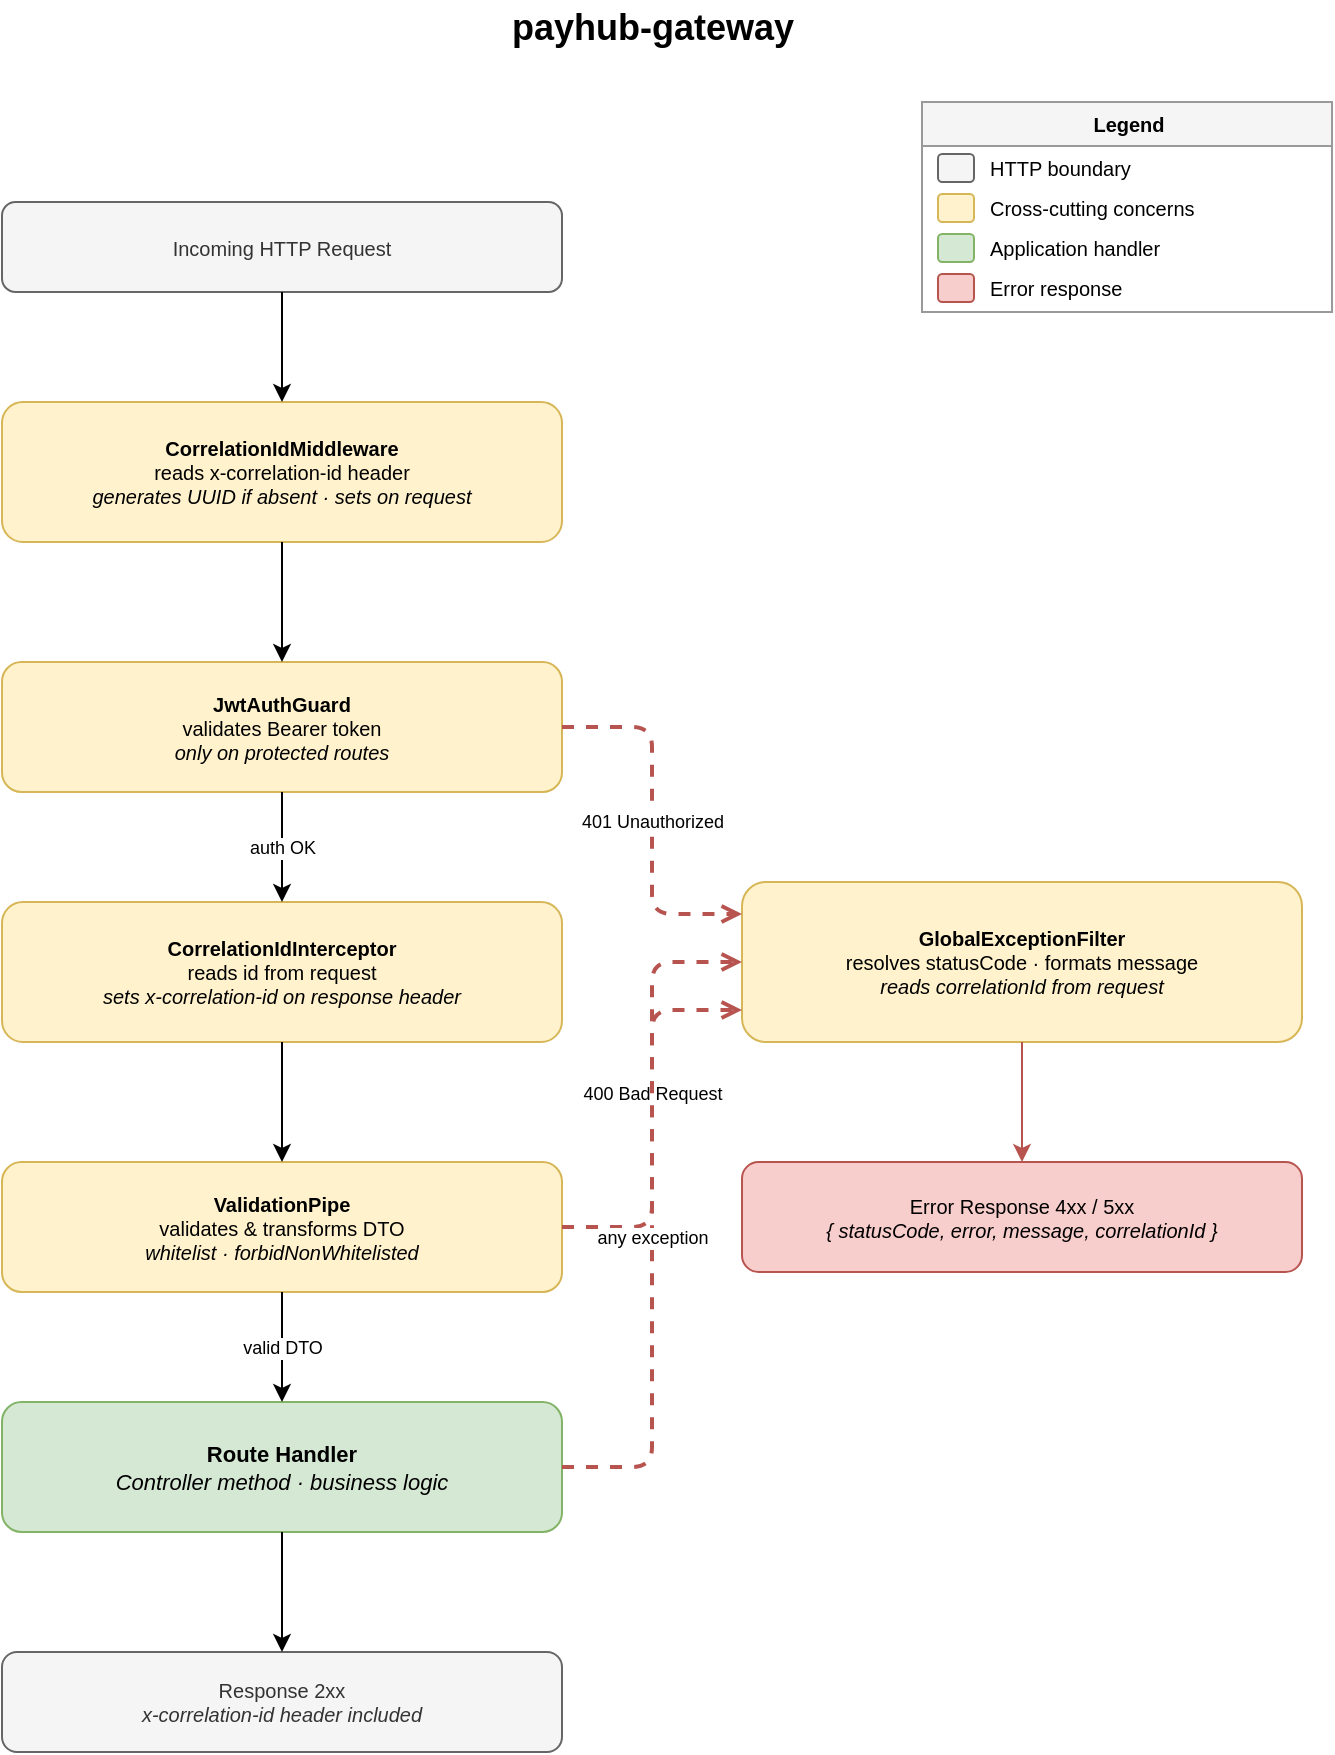
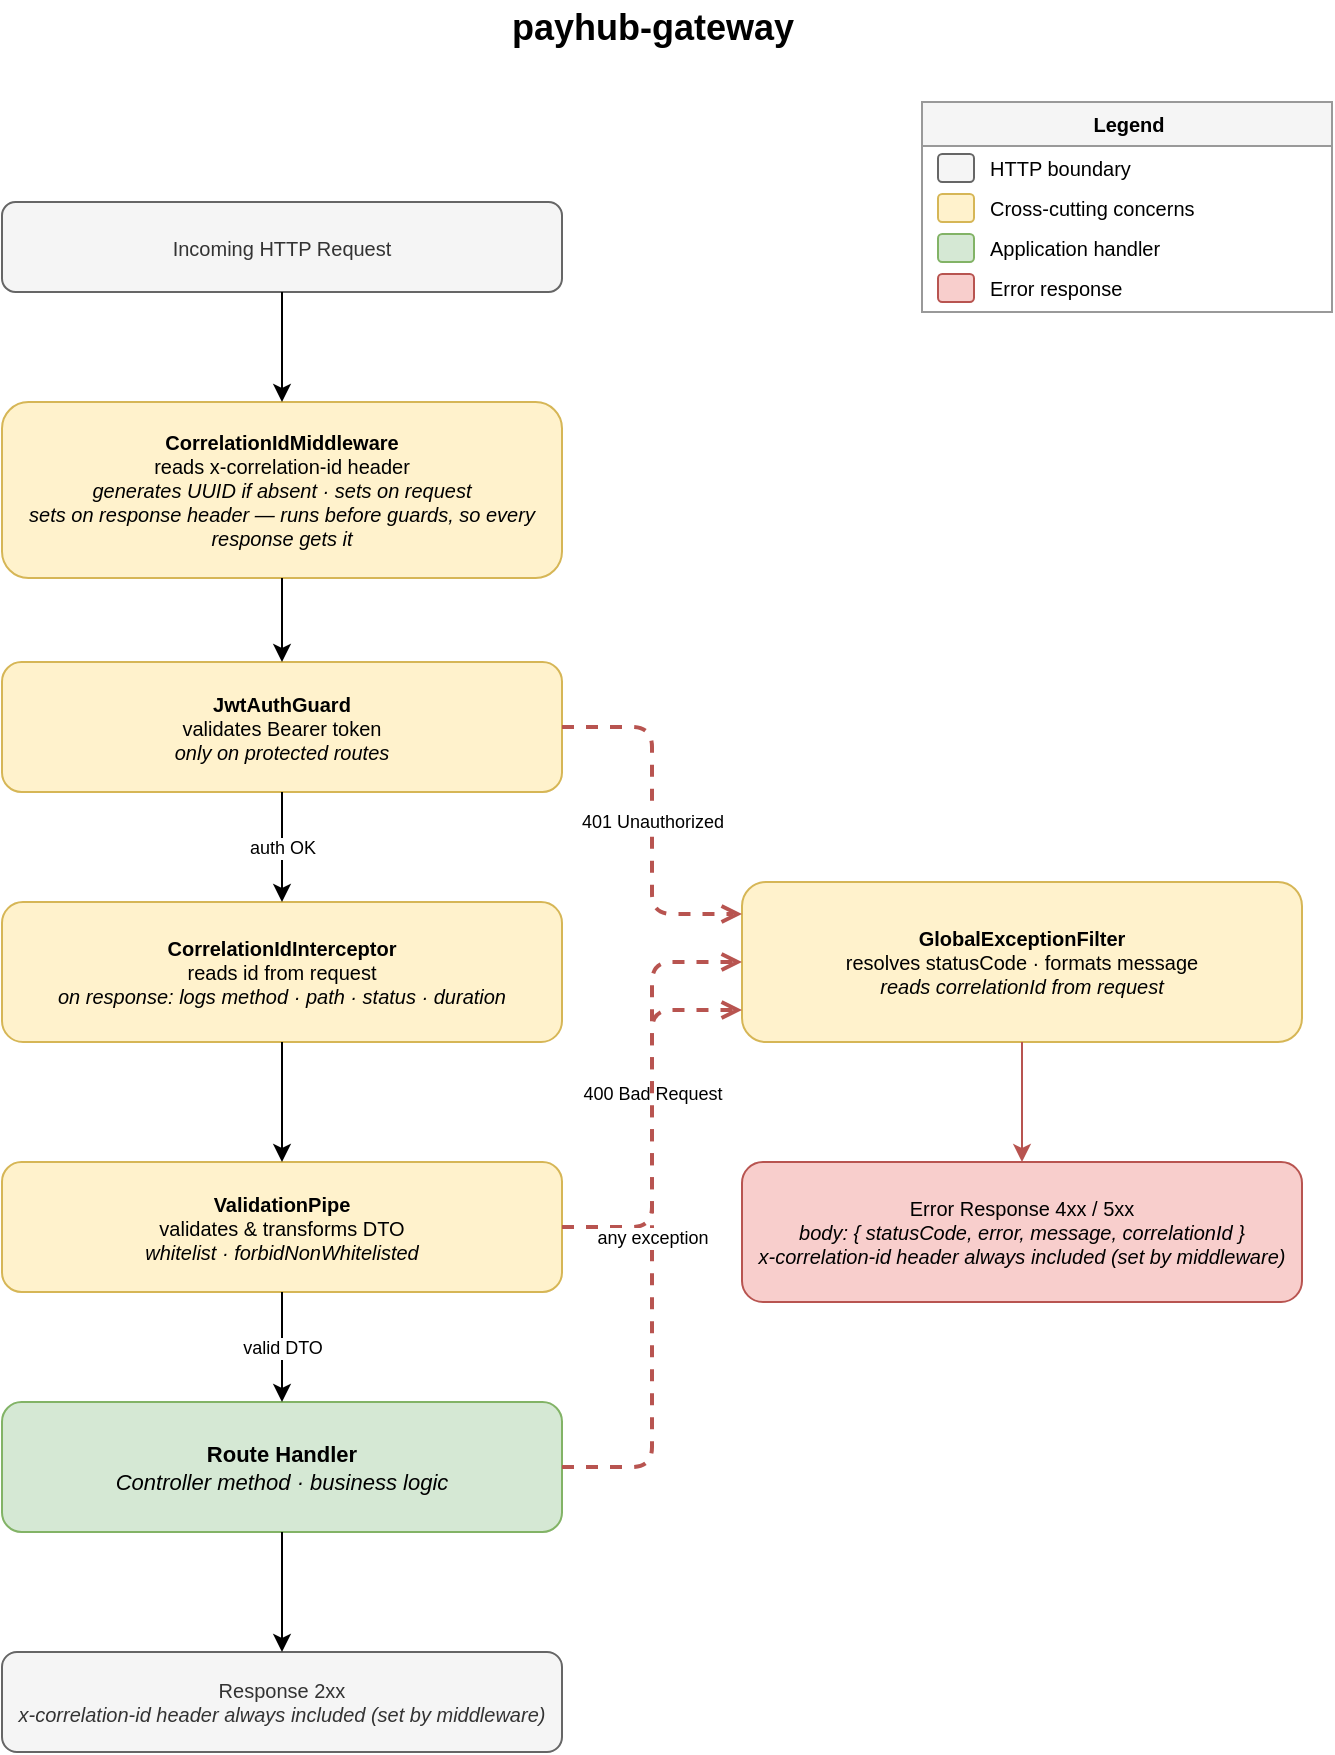
<mxfile host="Electron">
  <diagram name="Request Lifecycle" id="payhub-lifecycle-v1">
    <mxGraphModel dx="1640" dy="1961" grid="1" gridSize="10" guides="1" tooltips="1" connect="1" arrows="1" fold="1" page="1" pageScale="1" pageWidth="750" pageHeight="960" math="0" shadow="0">
      <root>
        <mxCell id="0" />
        <mxCell id="1" parent="0" />
        <mxCell id="lc-title" parent="1" style="text;html=1;strokeColor=none;fillColor=none;align=center;verticalAlign=middle;fontSize=18;fontStyle=1;" value="payhub-gateway" vertex="1">
          <mxGeometry height="28" width="500" x="125" y="-51" as="geometry" />
        </mxCell>
        <mxCell id="lc-request-in" parent="1" style="rounded=1;fillColor=#f5f5f5;strokeColor=#666666;fontSize=10;html=1;whiteSpace=wrap;fontColor=#333333;" value="Incoming HTTP Request" vertex="1">
          <mxGeometry height="45" width="280" x="50" y="50" as="geometry" />
        </mxCell>
-         <mxCell id="lc-middleware" parent="1" style="rounded=1;fillColor=#fff2cc;strokeColor=#d6b656;fontSize=10;html=1;whiteSpace=wrap;" value="&lt;b&gt;CorrelationIdMiddleware&lt;/b&gt;&lt;br&gt;reads x-correlation-id header&lt;br&gt;&lt;i&gt;generates UUID if absent · sets on request&lt;/i&gt;" vertex="1">
-           <mxGeometry height="70" width="280" x="50" y="150" as="geometry" />
+         <mxCell id="lc-middleware" parent="1" style="rounded=1;fillColor=#fff2cc;strokeColor=#d6b656;fontSize=10;html=1;whiteSpace=wrap;" value="&lt;b&gt;CorrelationIdMiddleware&lt;/b&gt;&lt;br&gt;reads x-correlation-id header&lt;br&gt;&lt;i&gt;generates UUID if absent · sets on request&lt;/i&gt;&lt;br&gt;&lt;i&gt;sets on response header — runs before guards, so every response gets it&lt;/i&gt;" vertex="1">
+           <mxGeometry height="88" width="280" x="50" y="150" as="geometry" />
        </mxCell>
        <mxCell id="lc-guard" parent="1" style="rounded=1;fillColor=#fff2cc;strokeColor=#d6b656;fontSize=10;html=1;whiteSpace=wrap;" value="&lt;b&gt;JwtAuthGuard&lt;/b&gt;&lt;br&gt;validates Bearer token&lt;br&gt;&lt;i&gt;only on protected routes&lt;/i&gt;" vertex="1">
          <mxGeometry height="65" width="280" x="50" y="280" as="geometry" />
        </mxCell>
-         <mxCell id="lc-interceptor" parent="1" style="rounded=1;fillColor=#fff2cc;strokeColor=#d6b656;fontSize=10;html=1;whiteSpace=wrap;" value="&lt;b&gt;CorrelationIdInterceptor&lt;/b&gt;&lt;br&gt;reads id from request&lt;br&gt;&lt;i&gt;sets x-correlation-id on response header&lt;/i&gt;" vertex="1">
+         <mxCell id="lc-interceptor" parent="1" style="rounded=1;fillColor=#fff2cc;strokeColor=#d6b656;fontSize=10;html=1;whiteSpace=wrap;" value="&lt;b&gt;CorrelationIdInterceptor&lt;/b&gt;&lt;br&gt;reads id from request&lt;br&gt;&lt;i&gt;on response: logs method · path · status · duration&lt;/i&gt;" vertex="1">
          <mxGeometry height="70" width="280" x="50" y="400" as="geometry" />
        </mxCell>
        <mxCell id="lc-pipe" parent="1" style="rounded=1;fillColor=#fff2cc;strokeColor=#d6b656;fontSize=10;html=1;whiteSpace=wrap;" value="&lt;b&gt;ValidationPipe&lt;/b&gt;&lt;br&gt;validates &amp; transforms DTO&lt;br&gt;&lt;i&gt;whitelist · forbidNonWhitelisted&lt;/i&gt;" vertex="1">
          <mxGeometry height="65" width="280" x="50" y="530" as="geometry" />
        </mxCell>
        <mxCell id="lc-handler" parent="1" style="rounded=1;fillColor=#d5e8d4;strokeColor=#82b366;fontSize=11;html=1;whiteSpace=wrap;" value="&lt;b&gt;Route Handler&lt;/b&gt;&lt;br&gt;&lt;i&gt;Controller method · business logic&lt;/i&gt;" vertex="1">
          <mxGeometry height="65" width="280" x="50" y="650" as="geometry" />
        </mxCell>
-         <mxCell id="lc-response-out" parent="1" style="rounded=1;fillColor=#f5f5f5;strokeColor=#666666;fontSize=10;html=1;whiteSpace=wrap;fontColor=#333333;" value="Response 2xx&lt;br&gt;&lt;i&gt;x-correlation-id header included&lt;/i&gt;" vertex="1">
+         <mxCell id="lc-response-out" parent="1" style="rounded=1;fillColor=#f5f5f5;strokeColor=#666666;fontSize=10;html=1;whiteSpace=wrap;fontColor=#333333;" value="Response 2xx&lt;br&gt;&lt;i&gt;x-correlation-id header always included (set by middleware)&lt;/i&gt;" vertex="1">
          <mxGeometry height="50" width="280" x="50" y="775" as="geometry" />
        </mxCell>
        <mxCell id="lc-exception-filter" parent="1" style="rounded=1;fillColor=#fff2cc;strokeColor=#d6b656;fontSize=10;html=1;whiteSpace=wrap;" value="&lt;b&gt;GlobalExceptionFilter&lt;/b&gt;&lt;br&gt;resolves statusCode · formats message&lt;br&gt;&lt;i&gt;reads correlationId from request&lt;/i&gt;" vertex="1">
          <mxGeometry height="80" width="280" x="420" y="390" as="geometry" />
        </mxCell>
-         <mxCell id="lc-error-response" parent="1" style="rounded=1;fillColor=#f8cecc;strokeColor=#b85450;fontSize=10;html=1;whiteSpace=wrap;" value="Error Response 4xx / 5xx&lt;br&gt;&lt;i&gt;{ statusCode, error, message, correlationId }&lt;/i&gt;" vertex="1">
-           <mxGeometry height="55" width="280" x="420" y="530" as="geometry" />
+         <mxCell id="lc-error-response" parent="1" style="rounded=1;fillColor=#f8cecc;strokeColor=#b85450;fontSize=10;html=1;whiteSpace=wrap;" value="Error Response 4xx / 5xx&lt;br&gt;&lt;i&gt;body: { statusCode, error, message, correlationId }&lt;/i&gt;&lt;br&gt;&lt;i&gt;x-correlation-id header always included (set by middleware)&lt;/i&gt;" vertex="1">
+           <mxGeometry height="70" width="280" x="420" y="530" as="geometry" />
        </mxCell>
        <mxCell id="lc-legend" parent="1" style="swimlane;startSize=22;fillColor=#f5f5f5;strokeColor=#999999;fontStyle=1;fontSize=10;html=1;" value="Legend" vertex="1">
          <mxGeometry height="105" width="205" x="510" as="geometry" />
        </mxCell>
        <mxCell id="lc-leg-1" parent="lc-legend" style="rounded=1;fillColor=#f5f5f5;strokeColor=#666666;fontSize=9;html=1;" value="" vertex="1">
          <mxGeometry height="14" width="18" x="8" y="26" as="geometry" />
        </mxCell>
        <mxCell id="lc-leg-1t" parent="lc-legend" style="text;html=1;strokeColor=none;fillColor=none;align=left;fontSize=10;verticalAlign=middle;" value="HTTP boundary" vertex="1">
          <mxGeometry height="14" width="165" x="32" y="26" as="geometry" />
        </mxCell>
        <mxCell id="lc-leg-2" parent="lc-legend" style="rounded=1;fillColor=#fff2cc;strokeColor=#d6b656;fontSize=9;html=1;" value="" vertex="1">
          <mxGeometry height="14" width="18" x="8" y="46" as="geometry" />
        </mxCell>
        <mxCell id="lc-leg-2t" parent="lc-legend" style="text;html=1;strokeColor=none;fillColor=none;align=left;fontSize=10;verticalAlign=middle;" value="Cross-cutting concerns" vertex="1">
          <mxGeometry height="14" width="165" x="32" y="46" as="geometry" />
        </mxCell>
        <mxCell id="lc-leg-3" parent="lc-legend" style="rounded=1;fillColor=#d5e8d4;strokeColor=#82b366;fontSize=9;html=1;" value="" vertex="1">
          <mxGeometry height="14" width="18" x="8" y="66" as="geometry" />
        </mxCell>
        <mxCell id="lc-leg-3t" parent="lc-legend" style="text;html=1;strokeColor=none;fillColor=none;align=left;fontSize=10;verticalAlign=middle;" value="Application handler" vertex="1">
          <mxGeometry height="14" width="165" x="32" y="66" as="geometry" />
        </mxCell>
        <mxCell id="lc-leg-4" parent="lc-legend" style="rounded=1;fillColor=#f8cecc;strokeColor=#b85450;fontSize=9;html=1;" value="" vertex="1">
          <mxGeometry height="14" width="18" x="8" y="86" as="geometry" />
        </mxCell>
        <mxCell id="lc-leg-4t" parent="lc-legend" style="text;html=1;strokeColor=none;fillColor=none;align=left;fontSize=10;verticalAlign=middle;" value="Error response" vertex="1">
          <mxGeometry height="14" width="165" x="32" y="86" as="geometry" />
        </mxCell>
        <mxCell id="lc-e1" edge="1" parent="1" source="lc-request-in" style="edgeStyle=orthogonalEdgeStyle;html=1;fontSize=9;" target="lc-middleware" value="">
          <mxGeometry relative="1" as="geometry" />
        </mxCell>
        <mxCell id="lc-e2" edge="1" parent="1" source="lc-middleware" style="edgeStyle=orthogonalEdgeStyle;html=1;fontSize=9;" target="lc-guard" value="">
          <mxGeometry relative="1" as="geometry" />
        </mxCell>
        <mxCell id="lc-e3" edge="1" parent="1" source="lc-guard" style="edgeStyle=orthogonalEdgeStyle;html=1;fontSize=9;" target="lc-interceptor" value="auth OK">
          <mxGeometry relative="1" as="geometry" />
        </mxCell>
        <mxCell id="lc-e4" edge="1" parent="1" source="lc-interceptor" style="edgeStyle=orthogonalEdgeStyle;html=1;fontSize=9;" target="lc-pipe" value="">
          <mxGeometry relative="1" as="geometry" />
        </mxCell>
        <mxCell id="lc-e5" edge="1" parent="1" source="lc-pipe" style="edgeStyle=orthogonalEdgeStyle;html=1;fontSize=9;" target="lc-handler" value="valid DTO">
          <mxGeometry relative="1" as="geometry" />
        </mxCell>
        <mxCell id="lc-e6" edge="1" parent="1" source="lc-handler" style="edgeStyle=orthogonalEdgeStyle;html=1;fontSize=9;" target="lc-response-out" value="">
          <mxGeometry relative="1" as="geometry" />
        </mxCell>
        <mxCell id="lc-ex1" edge="1" parent="1" source="lc-guard" style="edgeStyle=orthogonalEdgeStyle;html=1;fontSize=9;dashed=1;strokeColor=#b85450;endArrow=open;endFill=0;strokeWidth=2;exitX=1;exitY=0.5;exitDx=0;exitDy=0;entryX=0;entryY=0.2;entryDx=0;entryDy=0;" target="lc-exception-filter" value="401 Unauthorized">
          <mxGeometry relative="1" as="geometry" />
        </mxCell>
        <mxCell id="lc-ex2" edge="1" parent="1" source="lc-pipe" style="edgeStyle=orthogonalEdgeStyle;html=1;fontSize=9;dashed=1;strokeColor=#b85450;endArrow=open;endFill=0;strokeWidth=2;exitX=1;exitY=0.5;exitDx=0;exitDy=0;entryX=0;entryY=0.5;entryDx=0;entryDy=0;" target="lc-exception-filter" value="400 Bad Request">
          <mxGeometry relative="1" as="geometry" />
        </mxCell>
        <mxCell id="lc-ex3" edge="1" parent="1" source="lc-handler" style="edgeStyle=orthogonalEdgeStyle;html=1;fontSize=9;dashed=1;strokeColor=#b85450;endArrow=open;endFill=0;strokeWidth=2;exitX=1;exitY=0.5;exitDx=0;exitDy=0;entryX=0;entryY=0.8;entryDx=0;entryDy=0;" target="lc-exception-filter" value="any exception">
          <mxGeometry relative="1" as="geometry" />
        </mxCell>
        <mxCell id="lc-ex4" edge="1" parent="1" source="lc-exception-filter" style="edgeStyle=orthogonalEdgeStyle;html=1;fontSize=9;strokeColor=#b85450;" target="lc-error-response" value="">
          <mxGeometry relative="1" as="geometry" />
        </mxCell>
      </root>
    </mxGraphModel>
  </diagram>
</mxfile>
